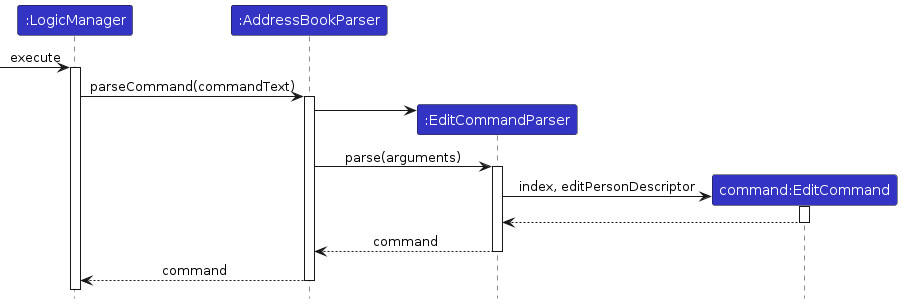
Above: diagrams/tracing/LogicSequenceDiagram.png in AY2324S2-CS2103T-T12-1/tp (PlantUML), before the change. Its source is kept beside it as diagrams/tracing/LogicSequenceDiagram.puml. The source it was exported from:
```plantuml
@startuml
!include ../style.puml
skinparam ArrowFontStyle plain

Participant ":LogicManager" as logic LOGIC_COLOR
Participant ":AddressBookParser" as abp LOGIC_COLOR
Participant ":EditCommandParser" as ecp LOGIC_COLOR
Participant "command:EditCommand" as ec LOGIC_COLOR

[-> logic : execute
activate logic
logic -> abp ++: parseCommand(commandText)
create ecp
abp -> ecp
abp -> ecp ++: parse(arguments)
create ec
ecp -> ec ++: index, editPersonDescriptor
ec --> ecp --
ecp --> abp --: command
abp --> logic --: command

@enduml
```
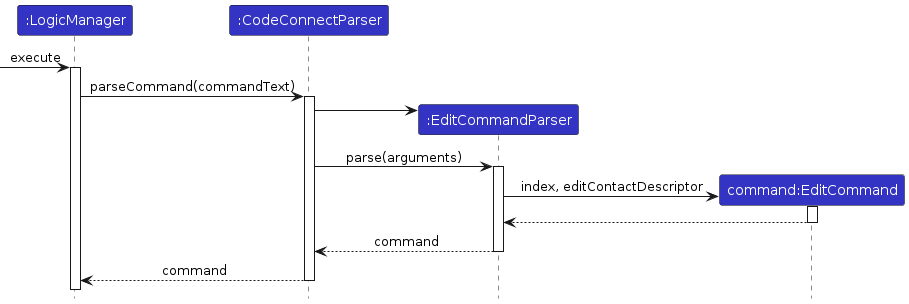
The same file after the commit.

What changed in the source:
```diff
@@ -3,7 +3,7 @@
 skinparam ArrowFontStyle plain
 
 Participant ":LogicManager" as logic LOGIC_COLOR
-Participant ":AddressBookParser" as abp LOGIC_COLOR
+Participant ":CodeConnectParser" as abp LOGIC_COLOR
 Participant ":EditCommandParser" as ecp LOGIC_COLOR
 Participant "command:EditCommand" as ec LOGIC_COLOR
 
@@ -14,7 +14,7 @@
 abp -> ecp
 abp -> ecp ++: parse(arguments)
 create ec
-ecp -> ec ++: index, editPersonDescriptor
+ecp -> ec ++: index, editContactDescriptor
 ec --> ecp --
 ecp --> abp --: command
 abp --> logic --: command
```
